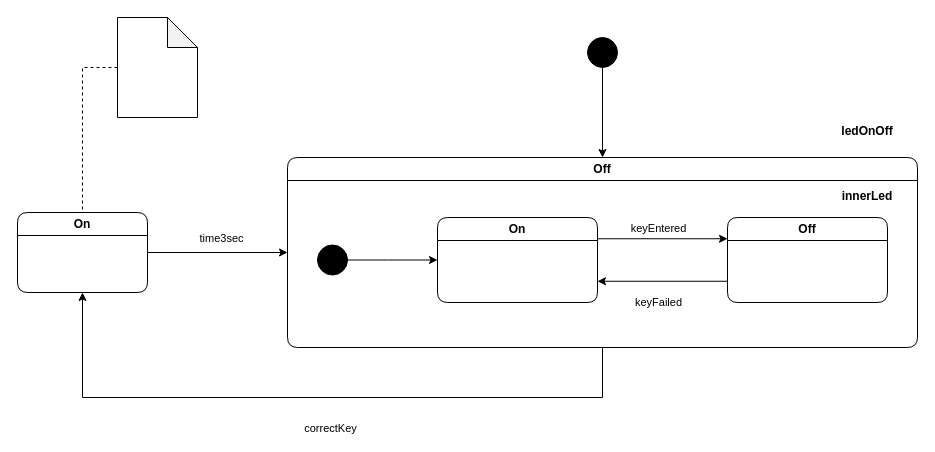
This is sample/arduino_lesson/lesson11_composite/keypad_easy.drawio from sato22/Sm2Go, a draw.io file, before an edit. Source tidied: cells renumbered, new cells numbered last; positions are measured from the earlier drawing's top-left corner, leaving out a move shared by most shapes. Both pictures are drawn from the tidied source at 100%, with x=0, y=0 at pixel (17, 17).
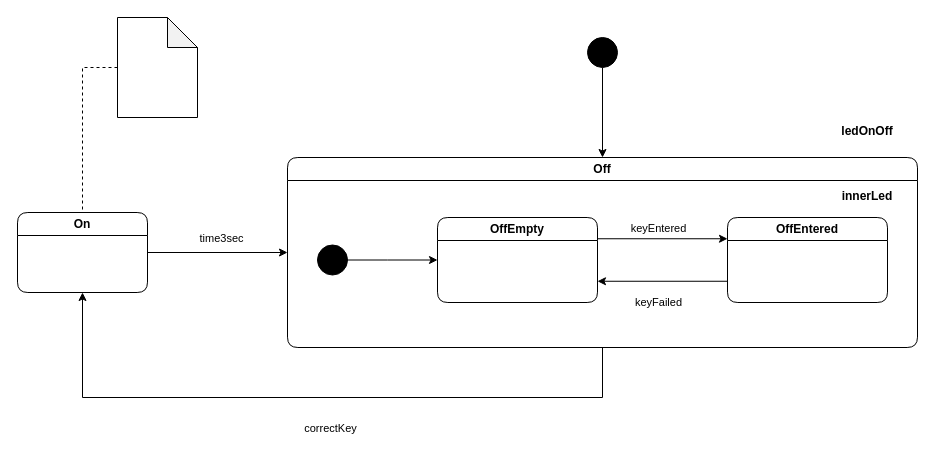
Above is the later version.

The change refers to these unchanged cells:
```xml
<mxCell id="9" value="Off" style="swimlane;rounded=1;whiteSpace=wrap;html=1;glass=0;sketch=0;startSize=23;" parent="1" vertex="1">
  <mxGeometry x="270" y="140" width="630" height="190" as="geometry" />
</mxCell>
```

Change to the diagram source:
```diff
@@
-    <mxCell id="10" value="Off" style="swimlane;rounded=1;whiteSpace=wrap;html=1;glass=0;sketch=0;startSize=23;" parent="9" vertex="1">
+    <mxCell id="10" value="OffEntered" style="swimlane;rounded=1;whiteSpace=wrap;html=1;glass=0;sketch=0;startSize=23;" parent="9" vertex="1">
       <mxGeometry x="440" y="60" width="160" height="85" as="geometry" />
     </mxCell>
-    <mxCell id="11" value="On" style="swimlane;rounded=1;whiteSpace=wrap;html=1;glass=0;sketch=0;startSize=23;" parent="9" vertex="1">
+    <mxCell id="11" value="OffEmpty" style="swimlane;rounded=1;whiteSpace=wrap;html=1;glass=0;sketch=0;startSize=23;" parent="9" vertex="1">
       <mxGeometry x="150" y="60" width="160" height="85" as="geometry" />
     </mxCell>
```
